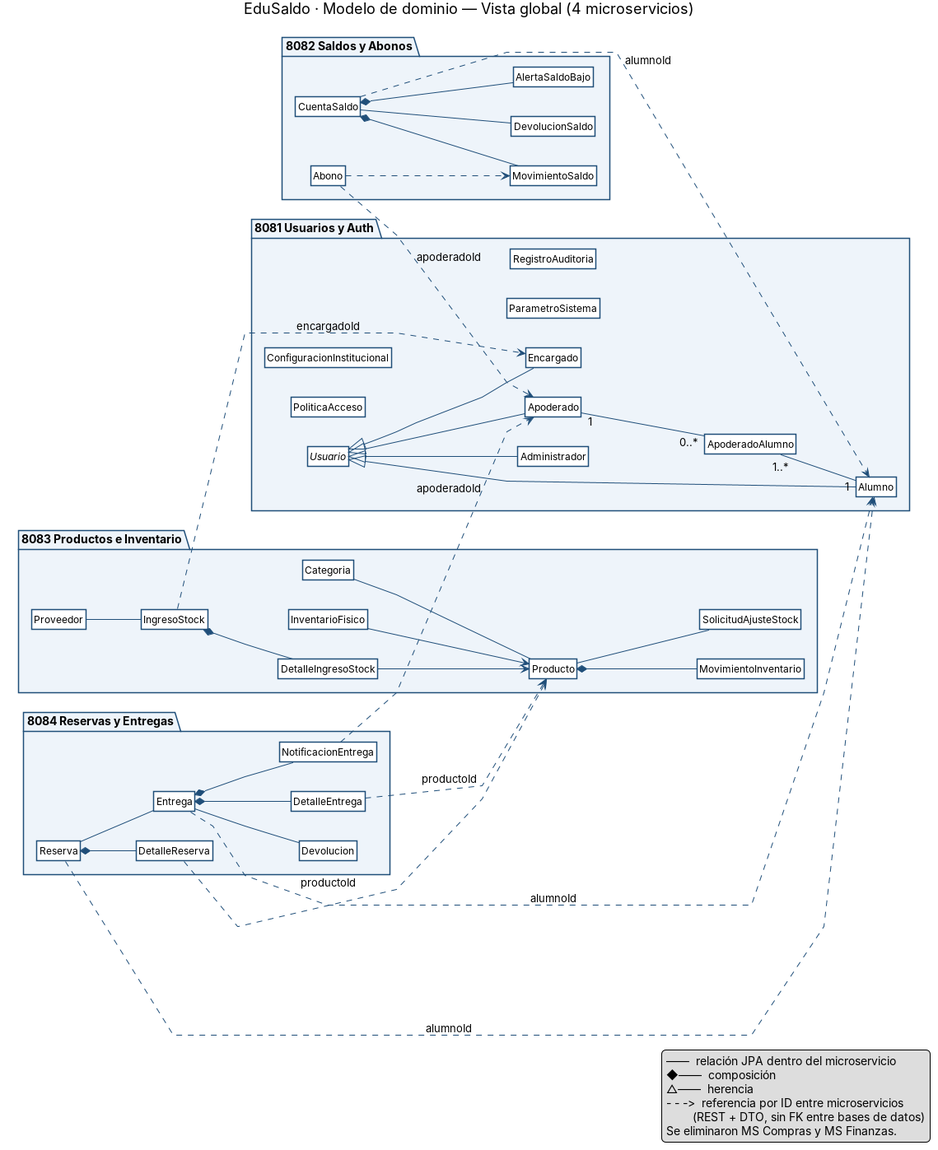
Above: docs/00_vista_global.png in antoniojarasanchez/edusaldo-api-gateway (PlantUML), before the change. Its source is kept beside it as docs/00_vista_global.puml.
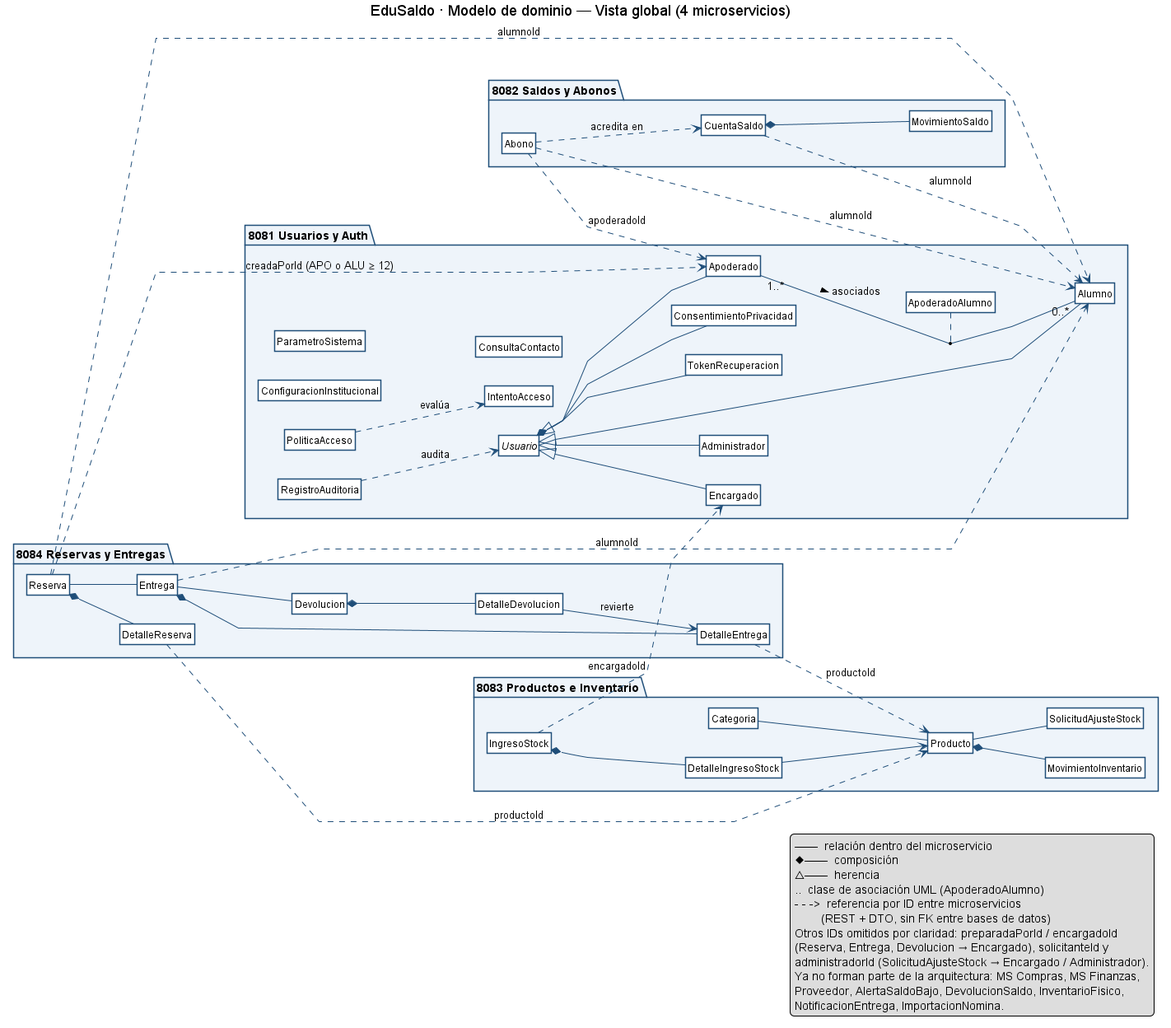
The same file after the commit.

Change to the diagram source:
```diff
@@ -25,45 +25,45 @@
   class Alumno
   class ApoderadoAlumno
   class PoliticaAcceso
+  class IntentoAcceso
+  class TokenRecuperacion
+  class ConsentimientoPrivacidad
   class ConfiguracionInstitucional
   class ParametroSistema
   class RegistroAuditoria
+  class ConsultaContacto
   Usuario <|-- Administrador
   Usuario <|-- Encargado
   Usuario <|-- Apoderado
   Usuario <|-- Alumno
-  Apoderado "1" -- "0..*" ApoderadoAlumno
-  ApoderadoAlumno "1..*" -- "1" Alumno
+  Apoderado "1..*" -- "0..*" Alumno : asociados >
+  (Apoderado, Alumno) .. ApoderadoAlumno
+  Usuario *-- TokenRecuperacion
+  Usuario *-- ConsentimientoPrivacidad
+  PoliticaAcceso ..> IntentoAcceso : evalúa
+  RegistroAuditoria ..> Usuario : audita
 }
 
 package "8082 Saldos y Abonos" {
   class CuentaSaldo
   class MovimientoSaldo
   class Abono
-  class AlertaSaldoBajo
-  class DevolucionSaldo
   CuentaSaldo *-- MovimientoSaldo
-  CuentaSaldo *-- AlertaSaldoBajo
-  CuentaSaldo -- DevolucionSaldo
-  Abono ..> MovimientoSaldo
+  Abono ..> CuentaSaldo : acredita en
 }
 
 package "8083 Productos e Inventario" {
   class Categoria
   class Producto
-  class Proveedor
   class IngresoStock
   class DetalleIngresoStock
   class MovimientoInventario
   class SolicitudAjusteStock
-  class InventarioFisico
   Categoria -- Producto
-  Proveedor -- IngresoStock
   IngresoStock *-- DetalleIngresoStock
   DetalleIngresoStock --> Producto
   Producto *-- MovimientoInventario
   Producto -- SolicitudAjusteStock
-  InventarioFisico --> Producto
 }
 
 package "8084 Reservas y Entregas" {
@@ -72,29 +72,37 @@
   class Entrega
   class DetalleEntrega
   class Devolucion
-  class NotificacionEntrega
+  class DetalleDevolucion
   Reserva *-- DetalleReserva
   Reserva -- Entrega
   Entrega *-- DetalleEntrega
   Entrega -- Devolucion
-  Entrega *-- NotificacionEntrega
+  Devolucion *-- DetalleDevolucion
+  DetalleDevolucion --> DetalleEntrega : revierte
 }
 
 CuentaSaldo ..> Alumno : alumnoId
 Abono ..> Apoderado : apoderadoId
+Abono ..> Alumno : alumnoId
 Reserva ..> Alumno : alumnoId
+Reserva ..> Apoderado : creadaPorId (APO o ALU ≥ 12)
 Entrega ..> Alumno : alumnoId
-NotificacionEntrega ..> Apoderado : apoderadoId
 DetalleReserva ..> Producto : productoId
 DetalleEntrega ..> Producto : productoId
 IngresoStock ..> Encargado : encargadoId
 
 legend right
-  ——  relación JPA dentro del microservicio
+  ——  relación dentro del microservicio
   ◆——  composición
   △——  herencia
+  ..  clase de asociación UML (ApoderadoAlumno)
   - - ->  referencia por ID entre microservicios
           (REST + DTO, sin FK entre bases de datos)
-  Se eliminaron MS Compras y MS Finanzas.
+  Otros IDs omitidos por claridad: preparadaPorId / encargadoId
+  (Reserva, Entrega, Devolucion → Encargado), solicitanteId y
+  administradorId (SolicitudAjusteStock → Encargado / Administrador).
+  Ya no forman parte de la arquitectura: MS Compras, MS Finanzas,
+  Proveedor, AlertaSaldoBajo, DevolucionSaldo, InventarioFisico,
+  NotificacionEntrega, ImportacionNomina.
 endlegend
 @enduml
```
